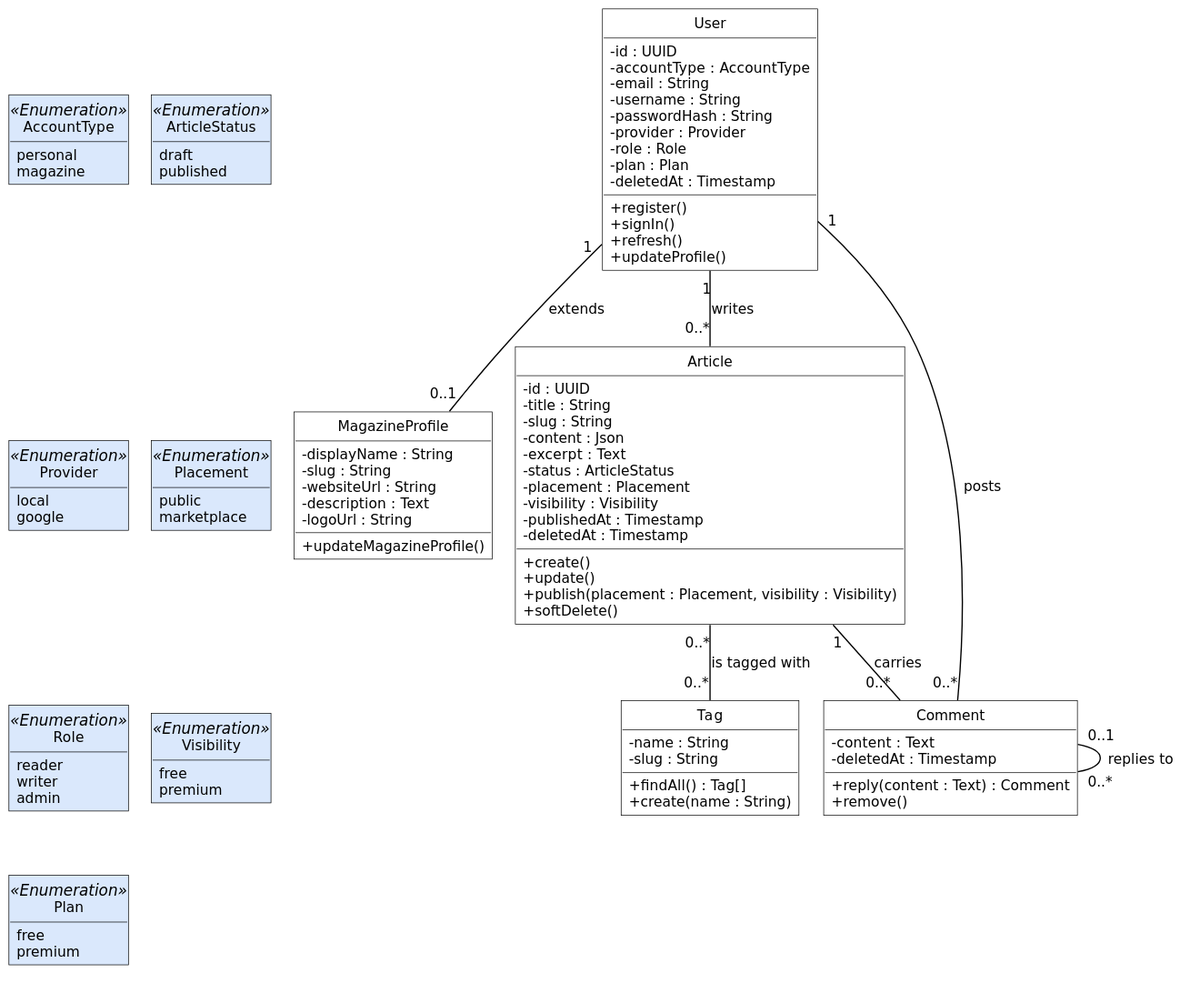
Earlier version of the PlantUML export diagrams/fig-4-2-classes-sprint-1/fig-4-2-classes-sprint-1.svg (inkwell-dev/spec.inkwell.ai).
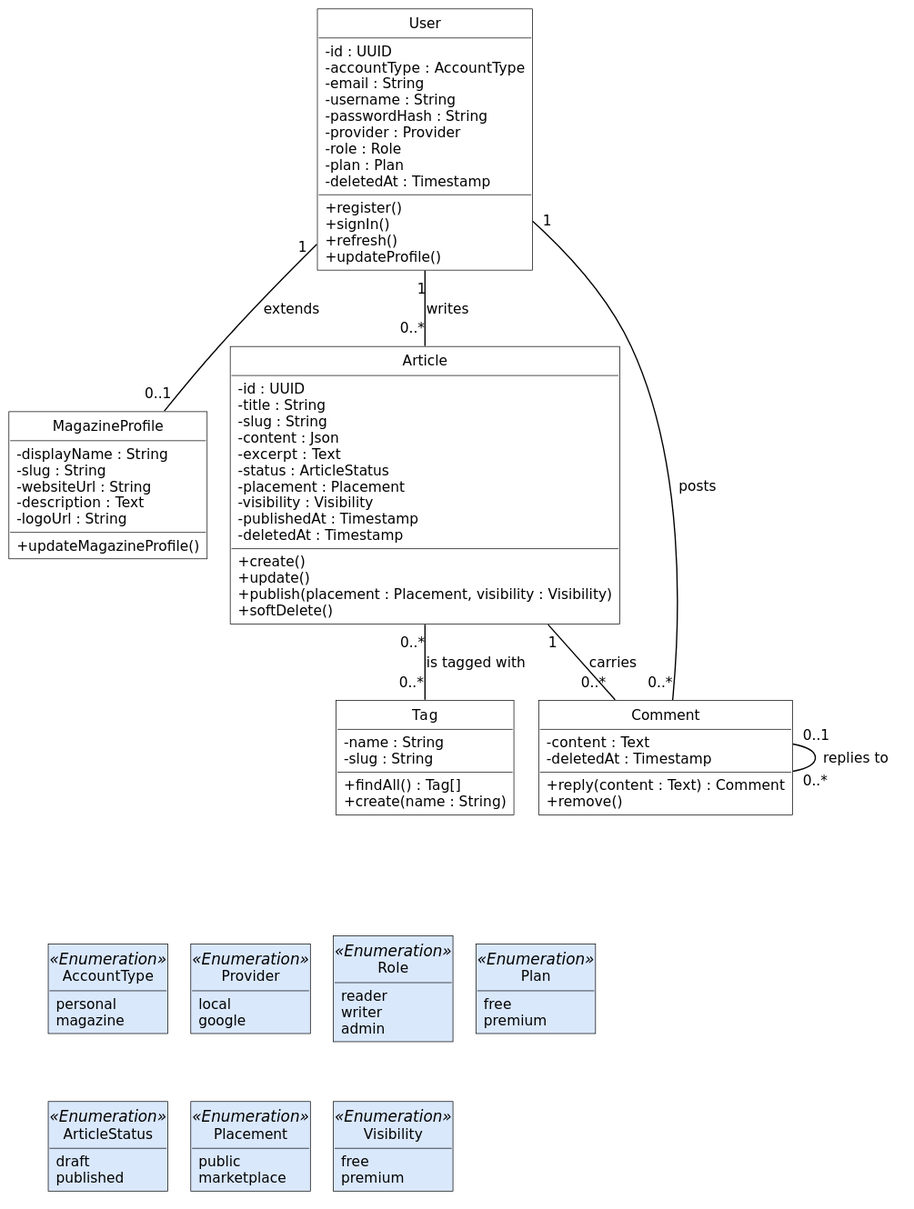
After the commit.

Change to the diagram source:
```diff
@@ -94,10 +94,11 @@
 Article "0..*" -- "0..*" Tag : is tagged with
 Comment "0..1" -- "0..*" Comment : replies to
 
-AccountType -[hidden]down- Provider
-Provider -[hidden]down- Role
-Role -[hidden]down- Plan
-ArticleStatus -[hidden]down- Placement
-Placement -[hidden]down- Visibility
-AccountType -[hidden]right- ArticleStatus
+MagazineProfile -[hidden]--- AccountType
+AccountType -[hidden]right- Provider
+Provider -[hidden]right- Role
+Role -[hidden]right- Plan
+AccountType -[hidden]down- ArticleStatus
+ArticleStatus -[hidden]right- Placement
+Placement -[hidden]right- Visibility
 @enduml
```
